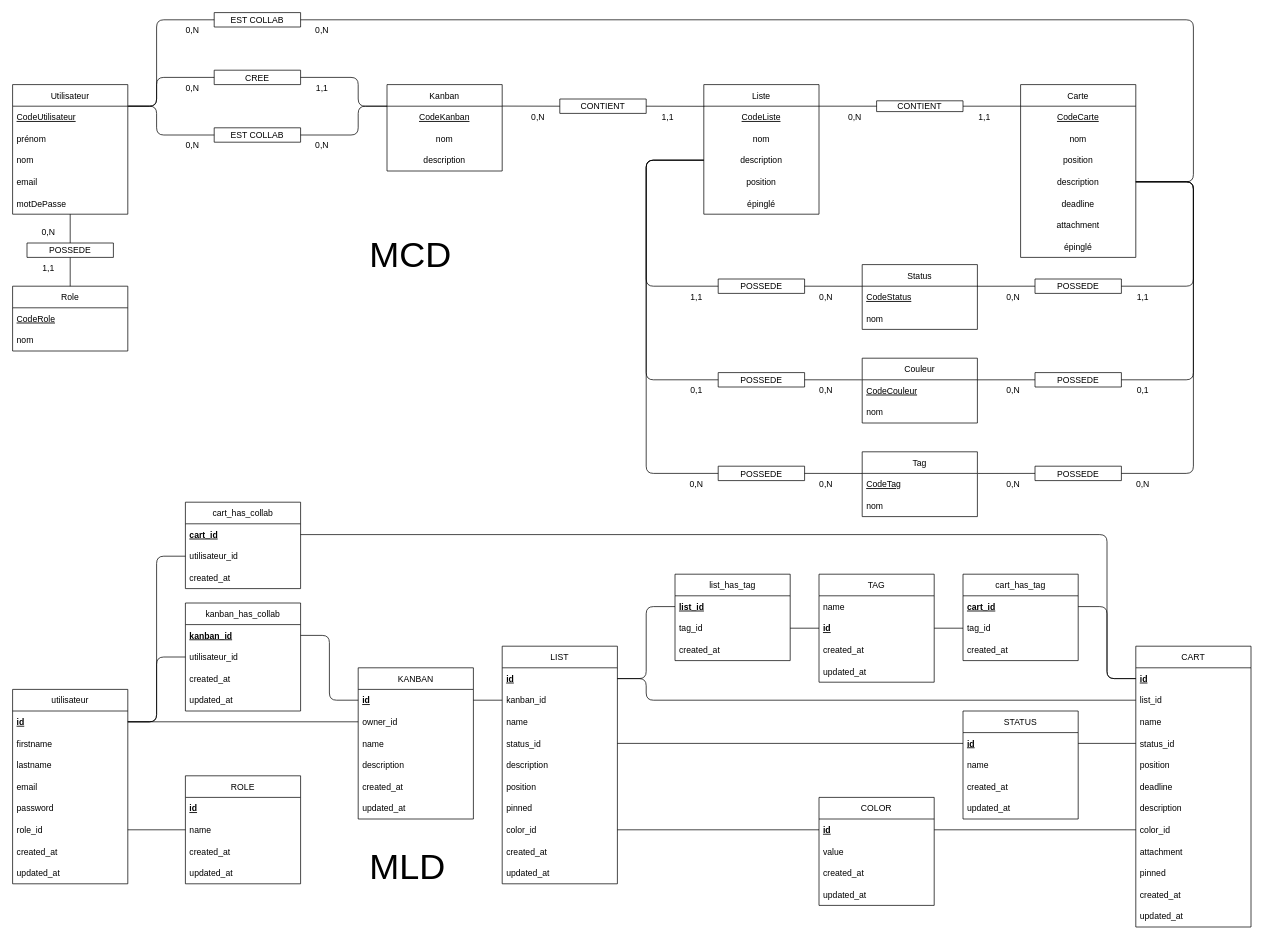
Above: docs/mcd3.drawio in YannCreach/oKanban-YannCreach (draw.io), before the change. Source tidied: cells renumbered, new cells numbered last; positions are measured from the earlier drawing's top-left corner, leaving out a move shared by most shapes. Both pictures are drawn from the tidied source at 72%, with x=0, y=0 at pixel (12, 12).
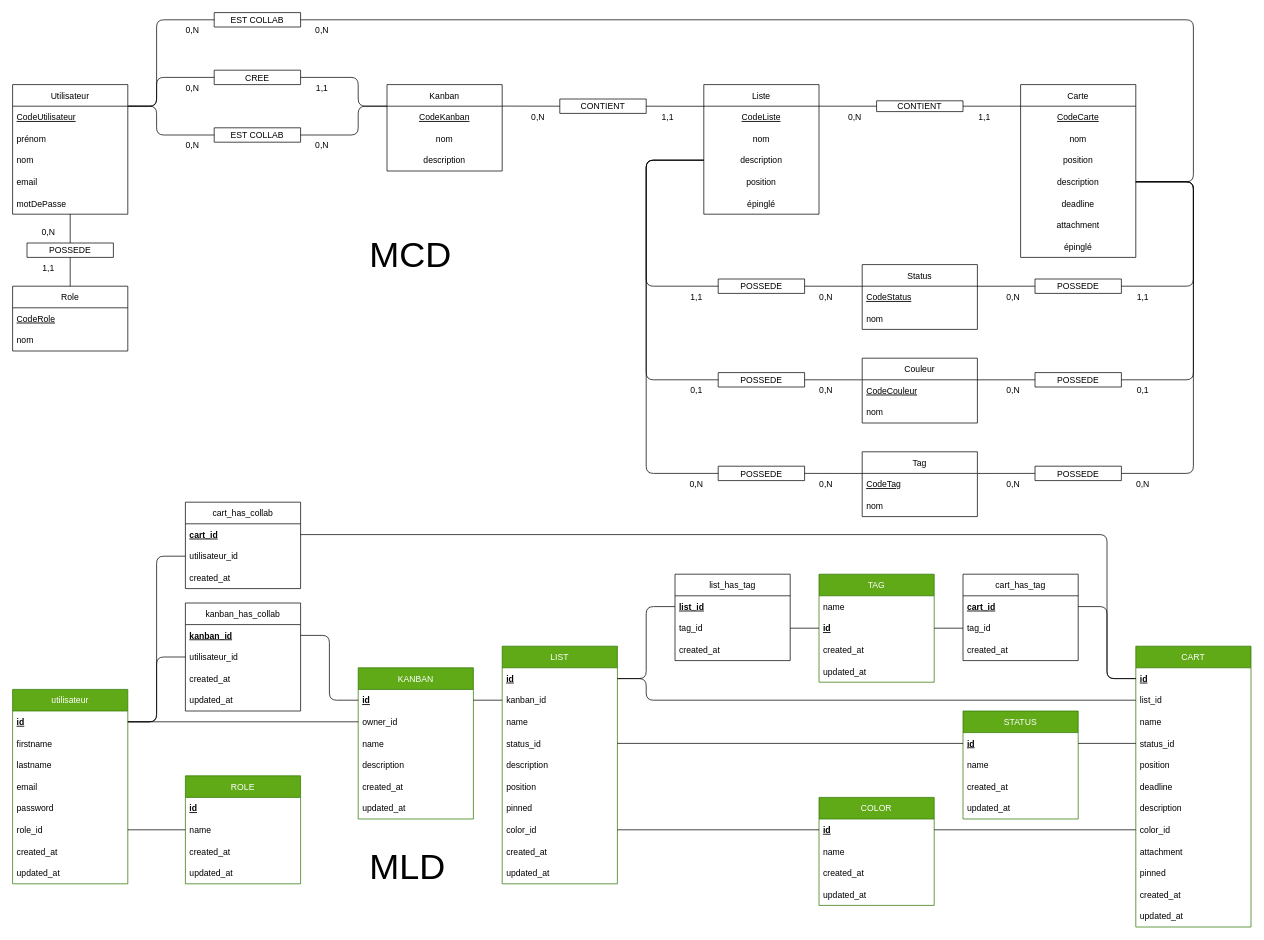
Above is the later version.

The edit, as a diff of the source:
```diff
@@
-    <mxCell id="92" value="utilisateur" style="swimlane;fontStyle=0;horizontal=1;startSize=30;" parent="1" vertex="1">
+    <mxCell id="92" value="utilisateur" style="swimlane;fontStyle=0;horizontal=1;startSize=30;fillColor=#60a917;fontColor=#ffffff;strokeColor=#2D7600;" parent="1" vertex="1">
       <mxGeometry y="940" width="160" height="270" as="geometry" />
     </mxCell>
@@
-    <mxCell id="101" value="KANBAN" style="swimlane;fontStyle=0;horizontal=1;startSize=30;" parent="1" vertex="1">
+    <mxCell id="101" value="KANBAN" style="swimlane;fontStyle=0;horizontal=1;startSize=30;fillColor=#60a917;fontColor=#ffffff;strokeColor=#2D7600;" parent="1" vertex="1">
       <mxGeometry x="480" y="910" width="160" height="210" as="geometry" />
     </mxCell>
@@
-    <mxCell id="109" value="CART" style="swimlane;fontStyle=0;horizontal=1;startSize=30;" parent="1" vertex="1">
+    <mxCell id="109" value="CART" style="swimlane;fontStyle=0;horizontal=1;startSize=30;fillColor=#60a917;fontColor=#ffffff;strokeColor=#2D7600;" parent="1" vertex="1">
       <mxGeometry x="1560" y="880" width="160" height="390" as="geometry" />
     </mxCell>
@@
-    <mxCell id="125" value="ROLE" style="swimlane;fontStyle=0;horizontal=1;startSize=30;" parent="1" vertex="1">
+    <mxCell id="125" value="ROLE" style="swimlane;fontStyle=0;horizontal=1;startSize=30;fillColor=#60a917;fontColor=#ffffff;strokeColor=#2D7600;" parent="1" vertex="1">
       <mxGeometry x="240" y="1060" width="160" height="150" as="geometry" />
     </mxCell>
@@
-    <mxCell id="130" value="COLOR" style="swimlane;fontStyle=0;horizontal=1;startSize=30;" parent="1" vertex="1">
+    <mxCell id="130" value="COLOR" style="swimlane;fontStyle=0;horizontal=1;startSize=30;fillColor=#60a917;fontColor=#ffffff;strokeColor=#2D7600;" parent="1" vertex="1">
       <mxGeometry x="1120" y="1090" width="160" height="150" as="geometry" />
     </mxCell>
@@
-    <mxCell id="132" value="value" style="text;strokeColor=none;fillColor=none;align=left;verticalAlign=middle;spacingLeft=4;spacingRight=4;overflow=hidden;" parent="130" vertex="1">
+    <mxCell id="132" value="name" style="text;strokeColor=none;fillColor=none;align=left;verticalAlign=middle;spacingLeft=4;spacingRight=4;overflow=hidden;" parent="130" vertex="1">
       <mxGeometry y="60" width="160" height="30" as="geometry" />
     </mxCell>
@@
-    <mxCell id="136" value="STATUS" style="swimlane;fontStyle=0;horizontal=1;startSize=30;" parent="1" vertex="1">
+    <mxCell id="136" value="STATUS" style="swimlane;fontStyle=0;horizontal=1;startSize=30;fillColor=#60a917;fontColor=#ffffff;strokeColor=#2D7600;" parent="1" vertex="1">
       <mxGeometry x="1320" y="970" width="160" height="150" as="geometry" />
     </mxCell>
@@
-    <mxCell id="143" value="LIST" style="swimlane;fontStyle=0;horizontal=1;startSize=30;" parent="1" vertex="1">
+    <mxCell id="143" value="LIST" style="swimlane;fontStyle=0;horizontal=1;startSize=30;fillColor=#60a917;fontColor=#ffffff;strokeColor=#2D7600;" parent="1" vertex="1">
       <mxGeometry x="680" y="880" width="160" height="330" as="geometry" />
     </mxCell>
@@
-    <mxCell id="159" value="TAG" style="swimlane;fontStyle=0;horizontal=1;startSize=30;" parent="1" vertex="1">
+    <mxCell id="159" value="TAG" style="swimlane;fontStyle=0;horizontal=1;startSize=30;fillColor=#60a917;fontColor=#ffffff;strokeColor=#2D7600;" parent="1" vertex="1">
       <mxGeometry x="1120" y="780" width="160" height="150" as="geometry" />
     </mxCell>
```
